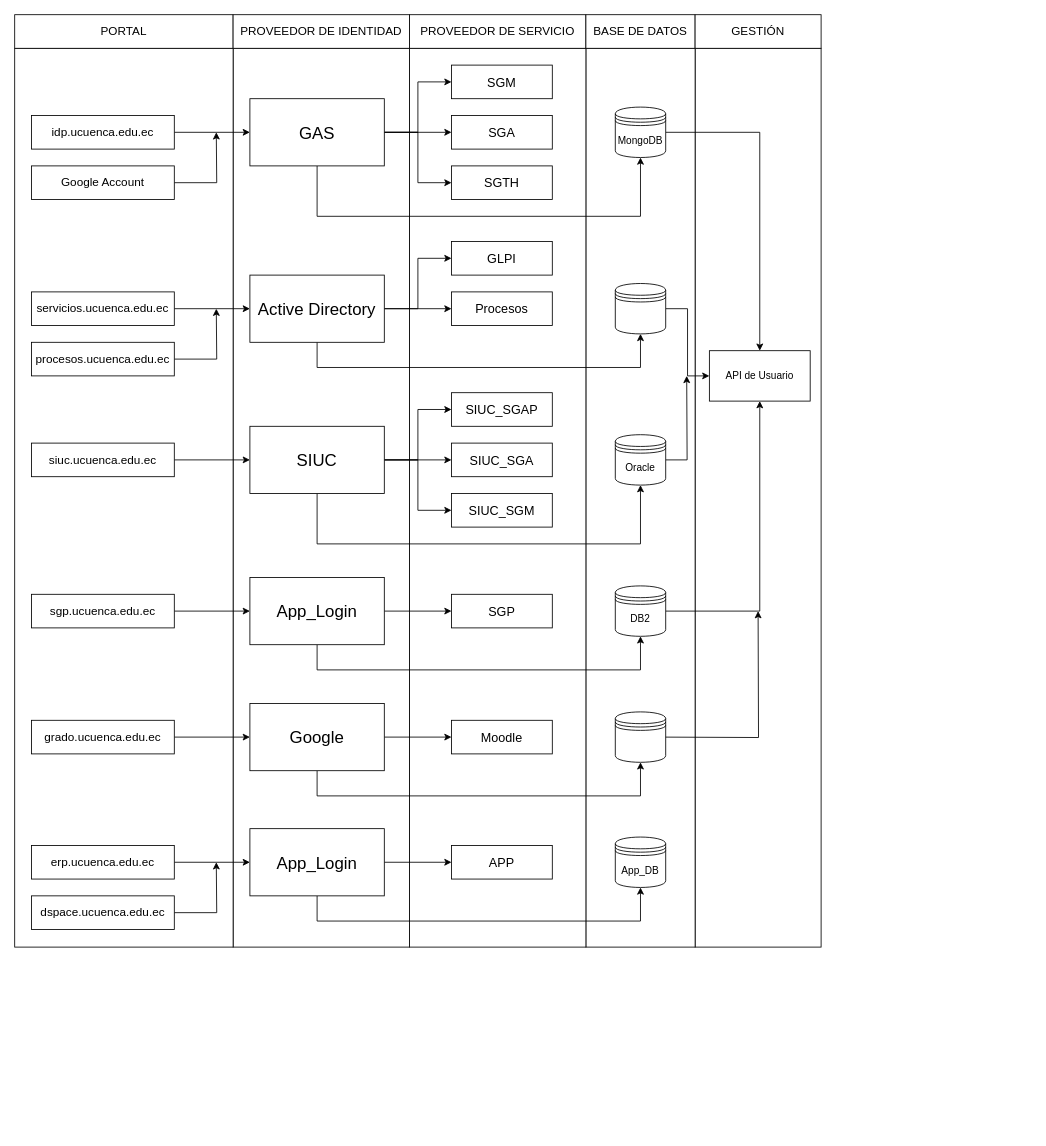
Before: Diagrama sin título.drawio in Xissco/codeWars, a draw.io diagram. Source tidied: cells renumbered, new cells numbered last; positions are measured from the earlier drawing's top-left corner, leaving out a move shared by most shapes. Both pictures are drawn from the tidied source at 84%, with x=0, y=0 at pixel (14, 14).
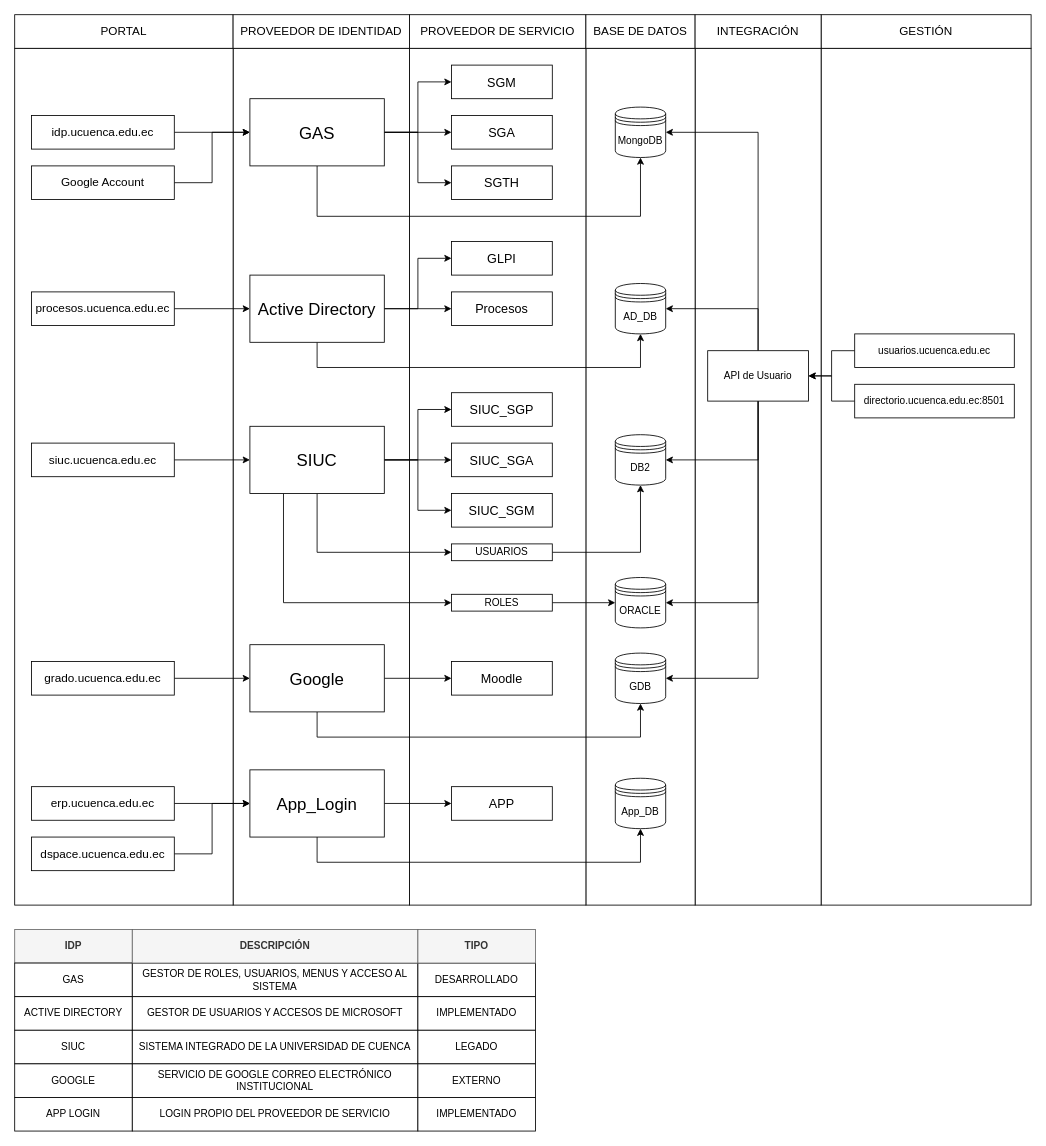
Above is the later version.

Unchanged cells that the change refers to:
```xml
<mxCell id="13" value="GAS" style="rounded=0;whiteSpace=wrap;html=1;fontSize=20;" parent="1" vertex="1">
  <mxGeometry x="280" y="100" width="160" height="80" as="geometry" />
</mxCell>
<mxCell id="15" value="MongoDB" style="shape=datastore;whiteSpace=wrap;html=1;" parent="1" vertex="1">
  <mxGeometry x="715" y="110" width="60" height="60" as="geometry" />
</mxCell>
<mxCell id="20" value="Google Account" style="rounded=0;whiteSpace=wrap;html=1;fontSize=14;" parent="1" vertex="1">
  <mxGeometry x="20" y="180" width="170" height="40" as="geometry" />
</mxCell>
<mxCell id="26" value="Active Directory" style="rounded=0;whiteSpace=wrap;html=1;fontSize=20;" parent="1" vertex="1">
  <mxGeometry x="280" y="310" width="160" height="80" as="geometry" />
</mxCell>
<mxCell id="39" value="SIUC" style="rounded=0;whiteSpace=wrap;html=1;fontSize=20;" parent="1" vertex="1">
  <mxGeometry x="280" y="490" width="160" height="80" as="geometry" />
</mxCell>
```

Diff of the diagram source:
```diff
@@
+    <mxCell id="76" style="rounded=0;whiteSpace=wrap;html=1;" parent="1" vertex="1">
+      <mxGeometry x="960" y="40" width="250" height="1020" as="geometry" />
+    </mxCell>
+    <mxCell id="77" value="GESTIÓN" style="rounded=0;whiteSpace=wrap;html=1;fontSize=14;" parent="1" vertex="1">
+      <mxGeometry x="960" width="250" height="40" as="geometry" />
+    </mxCell>
     <mxCell id="2" style="rounded=0;whiteSpace=wrap;html=1;" parent="1" vertex="1">
-      <mxGeometry x="810" y="40" width="150" height="1070" as="geometry" />
+      <mxGeometry x="810" y="40" width="150" height="1020" as="geometry" />
     </mxCell>
     <mxCell id="3" style="rounded=0;whiteSpace=wrap;html=1;" parent="1" vertex="1">
-      <mxGeometry x="680" y="40" width="130" height="1070" as="geometry" />
+      <mxGeometry x="680" y="40" width="130" height="1020" as="geometry" />
     </mxCell>
     <mxCell id="4" style="rounded=0;whiteSpace=wrap;html=1;" parent="1" vertex="1">
-      <mxGeometry x="470" y="40" width="210" height="1070" as="geometry" />
+      <mxGeometry x="470" y="40" width="210" height="1020" as="geometry" />
     </mxCell>
     <mxCell id="5" style="rounded=0;whiteSpace=wrap;html=1;" parent="1" vertex="1">
-      <mxGeometry x="260" y="40" width="210" height="1070" as="geometry" />
+      <mxGeometry x="260" y="40" width="210" height="1020" as="geometry" />
     </mxCell>
     <mxCell id="6" style="rounded=0;whiteSpace=wrap;html=1;" parent="1" vertex="1">
-      <mxGeometry y="40" width="260" height="1070" as="geometry" />
+      <mxGeometry y="40" width="260" height="1020" as="geometry" />
     </mxCell>
@@
-    <mxCell id="14" style="edgeStyle=orthogonalEdgeStyle;rounded=0;jettySize=auto;html=1;exitX=1;exitY=0.5;exitDx=0;exitDy=0;entryX=0.5;entryY=0;entryDx=0;entryDy=0;" parent="1" edge="1" source="15" target="61">
-      <mxGeometry relative="1" as="geometry" />
-    </mxCell>
@@
-    <mxCell id="19" style="edgeStyle=orthogonalEdgeStyle;rounded=0;jettySize=auto;html=1;exitX=1;exitY=0.5;exitDx=0;exitDy=0;" parent="1" edge="1" source="20">
-      <mxGeometry relative="1" as="geometry">
-        <mxPoint x="240" y="140" as="targetPoint" />
-      </mxGeometry>
-    </mxCell>
+    <mxCell id="78" style="edgeStyle=orthogonalEdgeStyle;rounded=0;jettySize=auto;html=1;exitX=1;exitY=0.5;exitDx=0;exitDy=0;entryX=0;entryY=0.5;entryDx=0;entryDy=0;" parent="1" edge="1" source="20" target="13">
+      <mxGeometry relative="1" as="geometry" />
+    </mxCell>
@@
-    <mxCell id="21" style="edgeStyle=orthogonalEdgeStyle;rounded=0;jettySize=auto;html=1;entryX=0;entryY=0.5;entryDx=0;entryDy=0;" parent="1" edge="1" source="22" target="26">
-      <mxGeometry relative="1" as="geometry" />
-    </mxCell>
-    <mxCell id="22" value="servicios.ucuenca.edu.ec" style="rounded=0;whiteSpace=wrap;html=1;fontSize=14;" parent="1" vertex="1">
-      <mxGeometry x="20" y="330" width="170" height="40" as="geometry" />
-    </mxCell>
@@
-    <mxCell id="27" style="edgeStyle=orthogonalEdgeStyle;rounded=0;jettySize=auto;html=1;exitX=1;exitY=0.5;exitDx=0;exitDy=0;entryX=0;entryY=0.5;entryDx=0;entryDy=0;" parent="1" edge="1" source="28" target="61">
-      <mxGeometry relative="1" as="geometry" />
-    </mxCell>
-    <mxCell id="28" style="shape=datastore;whiteSpace=wrap;html=1;" parent="1" vertex="1">
+    <mxCell id="28" value="AD_DB" style="shape=datastore;whiteSpace=wrap;html=1;" parent="1" vertex="1">
       <mxGeometry x="715" y="320" width="60" height="60" as="geometry" />
     </mxCell>
@@
-    <mxCell id="31" style="edgeStyle=orthogonalEdgeStyle;rounded=0;jettySize=auto;html=1;exitX=1;exitY=0.5;exitDx=0;exitDy=0;" parent="1" edge="1" source="32">
-      <mxGeometry relative="1" as="geometry">
-        <mxPoint x="240" y="350" as="targetPoint" />
-      </mxGeometry>
-    </mxCell>
+    <mxCell id="79" style="edgeStyle=orthogonalEdgeStyle;rounded=0;jettySize=auto;html=1;exitX=1;exitY=0.5;exitDx=0;exitDy=0;entryX=0;entryY=0.5;entryDx=0;entryDy=0;" parent="1" edge="1" source="32" target="26">
+      <mxGeometry relative="1" as="geometry" />
+    </mxCell>
     <mxCell id="32" value="procesos.ucuenca.edu.ec" style="rounded=0;whiteSpace=wrap;html=1;fontSize=14;" parent="1" vertex="1">
-      <mxGeometry x="20" y="390" width="170" height="40" as="geometry" />
+      <mxGeometry x="20" y="330" width="170" height="40" as="geometry" />
     </mxCell>
@@
-    <mxCell id="38" style="edgeStyle=orthogonalEdgeStyle;rounded=0;jettySize=auto;html=1;exitX=0.5;exitY=1;exitDx=0;exitDy=0;entryX=0.5;entryY=1;entryDx=0;entryDy=0;" parent="1" edge="1" source="39" target="41">
-      <mxGeometry relative="1" as="geometry">
-        <Array as="points">
-          <mxPoint x="360" y="630" />
-          <mxPoint x="745" y="630" />
-        </Array>
-      </mxGeometry>
-    </mxCell>
+    <mxCell id="80" style="edgeStyle=orthogonalEdgeStyle;rounded=0;jettySize=auto;html=1;exitX=0.5;exitY=1;exitDx=0;exitDy=0;entryX=0;entryY=0.5;entryDx=0;entryDy=0;" parent="1" edge="1" source="39" target="89">
+      <mxGeometry relative="1" as="geometry" />
+    </mxCell>
+    <mxCell id="81" style="edgeStyle=orthogonalEdgeStyle;rounded=0;jettySize=auto;html=1;exitX=0.25;exitY=1;exitDx=0;exitDy=0;entryX=0;entryY=0.5;entryDx=0;entryDy=0;" parent="1" edge="1" source="39" target="91">
+      <mxGeometry relative="1" as="geometry" />
+    </mxCell>
@@
-    <mxCell id="40" style="edgeStyle=orthogonalEdgeStyle;rounded=0;jettySize=auto;html=1;exitX=1;exitY=0.5;exitDx=0;exitDy=0;" parent="1" edge="1" source="41">
-      <mxGeometry relative="1" as="geometry">
-        <mxPoint x="800" y="430" as="targetPoint" />
-      </mxGeometry>
-    </mxCell>
-    <mxCell id="41" value="Oracle" style="shape=datastore;whiteSpace=wrap;html=1;" parent="1" vertex="1">
+    <mxCell id="41" value="DB2" style="shape=datastore;whiteSpace=wrap;html=1;" parent="1" vertex="1">
       <mxGeometry x="715" y="500" width="60" height="60" as="geometry" />
     </mxCell>
-    <mxCell id="42" value="SIUC_SGAP" style="rounded=0;whiteSpace=wrap;html=1;fontSize=15;" parent="1" vertex="1">
+    <mxCell id="42" value="SIUC_SGP" style="rounded=0;whiteSpace=wrap;html=1;fontSize=15;" parent="1" vertex="1">
       <mxGeometry x="520" y="450" width="120" height="40" as="geometry" />
     </mxCell>
@@
     <mxCell id="46" value="grado.ucuenca.edu.ec" style="rounded=0;whiteSpace=wrap;html=1;fontSize=14;" parent="1" vertex="1">
-      <mxGeometry x="20" y="840" width="170" height="40" as="geometry" />
+      <mxGeometry x="20" y="770" width="170" height="40" as="geometry" />
     </mxCell>
@@
     <mxCell id="48" style="edgeStyle=orthogonalEdgeStyle;rounded=0;jettySize=auto;html=1;exitX=0.5;exitY=1;exitDx=0;exitDy=0;entryX=0.5;entryY=1;entryDx=0;entryDy=0;" parent="1" edge="1" source="49" target="51">
       <mxGeometry relative="1" as="geometry">
         <Array as="points">
-          <mxPoint x="360" y="930" />
-          <mxPoint x="745" y="930" />
+          <mxPoint x="360" y="860" />
+          <mxPoint x="745" y="860" />
         </Array>
       </mxGeometry>
     </mxCell>
     <mxCell id="49" value="Google" style="rounded=0;whiteSpace=wrap;html=1;fontSize=20;" parent="1" vertex="1">
-      <mxGeometry x="280" y="820" width="160" height="80" as="geometry" />
+      <mxGeometry x="280" y="750" width="160" height="80" as="geometry" />
     </mxCell>
-    <mxCell id="50" style="edgeStyle=orthogonalEdgeStyle;rounded=0;orthogonalLoop=1;jettySize=auto;html=1;exitX=1;exitY=0.5;exitDx=0;exitDy=0;" parent="1" edge="1">
-      <mxGeometry relative="1" as="geometry">
-        <mxPoint x="770" y="860" as="sourcePoint" />
-        <mxPoint x="885" y="710" as="targetPoint" />
-      </mxGeometry>
-    </mxCell>
-    <mxCell id="51" style="shape=datastore;whiteSpace=wrap;html=1;" parent="1" vertex="1">
-      <mxGeometry x="715" y="830" width="60" height="60" as="geometry" />
+    <mxCell id="51" value="GDB" style="shape=datastore;whiteSpace=wrap;html=1;" parent="1" vertex="1">
+      <mxGeometry x="715" y="760" width="60" height="60" as="geometry" />
     </mxCell>
     <mxCell id="52" value="Moodle" style="rounded=0;whiteSpace=wrap;html=1;fontSize=15;" parent="1" vertex="1">
-      <mxGeometry x="520" y="840" width="120" height="40" as="geometry" />
+      <mxGeometry x="520" y="770" width="120" height="40" as="geometry" />
     </mxCell>
-    <mxCell id="53" style="edgeStyle=orthogonalEdgeStyle;rounded=0;jettySize=auto;html=1;entryX=0;entryY=0.5;entryDx=0;entryDy=0;" parent="1" edge="1" source="54" target="57">
-      <mxGeometry relative="1" as="geometry" />
-    </mxCell>
-    <mxCell id="54" value="sgp.ucuenca.edu.ec" style="rounded=0;whiteSpace=wrap;html=1;fontSize=14;" parent="1" vertex="1">
-      <mxGeometry x="20" y="690" width="170" height="40" as="geometry" />
-    </mxCell>
-    <mxCell id="55" style="edgeStyle=orthogonalEdgeStyle;rounded=0;jettySize=auto;html=1;exitX=1;exitY=0.5;exitDx=0;exitDy=0;entryX=0;entryY=0.5;entryDx=0;entryDy=0;" parent="1" edge="1" source="57" target="60">
-      <mxGeometry relative="1" as="geometry" />
-    </mxCell>
-    <mxCell id="56" style="edgeStyle=orthogonalEdgeStyle;rounded=0;jettySize=auto;html=1;exitX=0.5;exitY=1;exitDx=0;exitDy=0;entryX=0.5;entryY=1;entryDx=0;entryDy=0;" parent="1" edge="1" source="57" target="59">
-      <mxGeometry relative="1" as="geometry">
-        <Array as="points">
-          <mxPoint x="360" y="780" />
-          <mxPoint x="745" y="780" />
-        </Array>
-      </mxGeometry>
-    </mxCell>
-    <mxCell id="57" value="App_Login" style="rounded=0;whiteSpace=wrap;html=1;fontSize=20;" parent="1" vertex="1">
-      <mxGeometry x="280" y="670" width="160" height="80" as="geometry" />
-    </mxCell>
-    <mxCell id="58" style="edgeStyle=orthogonalEdgeStyle;rounded=0;jettySize=auto;html=1;exitX=1;exitY=0.5;exitDx=0;exitDy=0;entryX=0.5;entryY=1;entryDx=0;entryDy=0;" parent="1" edge="1" source="59" target="61">
-      <mxGeometry relative="1" as="geometry" />
-    </mxCell>
-    <mxCell id="59" value="DB2" style="shape=datastore;whiteSpace=wrap;html=1;" parent="1" vertex="1">
-      <mxGeometry x="715" y="680" width="60" height="60" as="geometry" />
+    <mxCell id="59" value="ORACLE" style="shape=datastore;whiteSpace=wrap;html=1;" parent="1" vertex="1">
+      <mxGeometry x="715" y="670" width="60" height="60" as="geometry" />
     </mxCell>
-    <mxCell id="60" value="SGP" style="rounded=0;whiteSpace=wrap;html=1;fontSize=15;" parent="1" vertex="1">
-      <mxGeometry x="520" y="690" width="120" height="40" as="geometry" />
-    </mxCell>
+    <mxCell id="82" style="edgeStyle=orthogonalEdgeStyle;rounded=0;jettySize=auto;html=1;exitX=0.5;exitY=1;exitDx=0;exitDy=0;entryX=1;entryY=0.5;entryDx=0;entryDy=0;" parent="1" edge="1" source="61" target="51">
+      <mxGeometry relative="1" as="geometry" />
+    </mxCell>
+    <mxCell id="83" style="edgeStyle=orthogonalEdgeStyle;rounded=0;jettySize=auto;html=1;exitX=0.5;exitY=1;exitDx=0;exitDy=0;entryX=1;entryY=0.5;entryDx=0;entryDy=0;" parent="1" edge="1" source="61" target="59">
+      <mxGeometry relative="1" as="geometry" />
+    </mxCell>
+    <mxCell id="84" style="edgeStyle=orthogonalEdgeStyle;rounded=0;jettySize=auto;html=1;exitX=0.5;exitY=1;exitDx=0;exitDy=0;entryX=1;entryY=0.5;entryDx=0;entryDy=0;" parent="1" edge="1" source="61" target="41">
+      <mxGeometry relative="1" as="geometry" />
+    </mxCell>
+    <mxCell id="85" style="edgeStyle=orthogonalEdgeStyle;rounded=0;jettySize=auto;html=1;exitX=0.5;exitY=0;exitDx=0;exitDy=0;entryX=1;entryY=0.5;entryDx=0;entryDy=0;" parent="1" edge="1" source="61" target="28">
+      <mxGeometry relative="1" as="geometry" />
+    </mxCell>
+    <mxCell id="86" style="edgeStyle=orthogonalEdgeStyle;rounded=0;jettySize=auto;html=1;exitX=0.5;exitY=0;exitDx=0;exitDy=0;entryX=1;entryY=0.5;entryDx=0;entryDy=0;" parent="1" edge="1" source="61" target="15">
+      <mxGeometry relative="1" as="geometry" />
+    </mxCell>
     <mxCell id="61" value="API de Usuario" style="rounded=0;whiteSpace=wrap;html=1;" parent="1" vertex="1">
-      <mxGeometry x="827" y="400" width="120" height="60" as="geometry" />
+      <mxGeometry x="825" y="400" width="120" height="60" as="geometry" />
     </mxCell>
@@
-    <mxCell id="66" value="GESTIÓN" style="rounded=0;whiteSpace=wrap;html=1;fontSize=14;" parent="1" vertex="1">
+    <mxCell id="66" value="INTEGRACIÓN" style="rounded=0;whiteSpace=wrap;html=1;fontSize=14;" parent="1" vertex="1">
       <mxGeometry x="810" width="150" height="40" as="geometry" />
     </mxCell>
@@
     <mxCell id="68" value="erp.ucuenca.edu.ec" style="rounded=0;whiteSpace=wrap;html=1;fontSize=14;" parent="1" vertex="1">
-      <mxGeometry x="20" y="989" width="170" height="40" as="geometry" />
+      <mxGeometry x="20" y="919" width="170" height="40" as="geometry" />
     </mxCell>
@@
     <mxCell id="70" style="edgeStyle=orthogonalEdgeStyle;rounded=0;jettySize=auto;html=1;exitX=0.5;exitY=1;exitDx=0;exitDy=0;entryX=0.5;entryY=1;entryDx=0;entryDy=0;" parent="1" edge="1" source="71" target="72">
       <mxGeometry relative="1" as="geometry">
         <Array as="points">
-          <mxPoint x="360" y="1079" />
-          <mxPoint x="745" y="1079" />
+          <mxPoint x="360" y="1009" />
+          <mxPoint x="745" y="1009" />
         </Array>
       </mxGeometry>
     </mxCell>
     <mxCell id="71" value="App_Login" style="rounded=0;whiteSpace=wrap;html=1;fontSize=20;" parent="1" vertex="1">
-      <mxGeometry x="280" y="969" width="160" height="80" as="geometry" />
+      <mxGeometry x="280" y="899" width="160" height="80" as="geometry" />
     </mxCell>
     <mxCell id="72" value="App_DB" style="shape=datastore;whiteSpace=wrap;html=1;" parent="1" vertex="1">
-      <mxGeometry x="715" y="979" width="60" height="60" as="geometry" />
+      <mxGeometry x="715" y="909" width="60" height="60" as="geometry" />
     </mxCell>
     <mxCell id="73" value="APP" style="rounded=0;whiteSpace=wrap;html=1;fontSize=15;" parent="1" vertex="1">
-      <mxGeometry x="520" y="989" width="120" height="40" as="geometry" />
+      <mxGeometry x="520" y="919" width="120" height="40" as="geometry" />
     </mxCell>
-    <mxCell id="74" style="edgeStyle=orthogonalEdgeStyle;rounded=0;jettySize=auto;html=1;exitX=1;exitY=0.5;exitDx=0;exitDy=0;" parent="1" edge="1" source="75">
-      <mxGeometry relative="1" as="geometry">
-        <mxPoint x="240" y="1009" as="targetPoint" />
-      </mxGeometry>
-    </mxCell>
+    <mxCell id="87" style="edgeStyle=orthogonalEdgeStyle;rounded=0;jettySize=auto;html=1;exitX=1;exitY=0.5;exitDx=0;exitDy=0;entryX=0;entryY=0.5;entryDx=0;entryDy=0;" parent="1" edge="1" source="75" target="71">
+      <mxGeometry relative="1" as="geometry" />
+    </mxCell>
     <mxCell id="75" value="dspace.ucuenca.edu.ec" style="rounded=0;whiteSpace=wrap;html=1;fontSize=14;" parent="1" vertex="1">
-      <mxGeometry x="20" y="1049" width="170" height="40" as="geometry" />
+      <mxGeometry x="20" y="979" width="170" height="40" as="geometry" />
     </mxCell>
+    <mxCell id="88" style="edgeStyle=orthogonalEdgeStyle;rounded=0;jettySize=auto;html=1;exitX=1;exitY=0.5;exitDx=0;exitDy=0;entryX=0.5;entryY=1;entryDx=0;entryDy=0;" parent="1" edge="1" source="89" target="41">
+      <mxGeometry relative="1" as="geometry" />
+    </mxCell>
+    <mxCell id="89" value="USUARIOS" style="rounded=0;whiteSpace=wrap;html=1;" parent="1" vertex="1">
+      <mxGeometry x="520" y="630" width="120" height="20" as="geometry" />
+    </mxCell>
+    <mxCell id="90" style="edgeStyle=orthogonalEdgeStyle;rounded=0;jettySize=auto;html=1;exitX=1;exitY=0.5;exitDx=0;exitDy=0;entryX=0;entryY=0.5;entryDx=0;entryDy=0;" parent="1" edge="1" source="91" target="59">
+      <mxGeometry relative="1" as="geometry" />
+    </mxCell>
+    <mxCell id="91" value="ROLES" style="rounded=0;whiteSpace=wrap;html=1;" parent="1" vertex="1">
+      <mxGeometry x="520" y="690" width="120" height="20" as="geometry" />
+    </mxCell>
+    <mxCell id="92" style="edgeStyle=orthogonalEdgeStyle;rounded=0;jettySize=auto;html=1;exitX=0;exitY=0.5;exitDx=0;exitDy=0;entryX=1;entryY=0.5;entryDx=0;entryDy=0;" parent="1" edge="1" source="93" target="61">
+      <mxGeometry relative="1" as="geometry" />
+    </mxCell>
+    <mxCell id="93" value="usuarios.ucuenca.edu.ec" style="rounded=0;whiteSpace=wrap;html=1;fontSize=12;" parent="1" vertex="1">
+      <mxGeometry x="1000" y="380" width="190" height="40" as="geometry" />
+    </mxCell>
+    <mxCell id="94" style="edgeStyle=orthogonalEdgeStyle;rounded=0;jettySize=auto;html=1;exitX=0;exitY=0.5;exitDx=0;exitDy=0;entryX=1;entryY=0.5;entryDx=0;entryDy=0;" parent="1" edge="1" source="95" target="61">
+      <mxGeometry relative="1" as="geometry" />
+    </mxCell>
+    <mxCell id="95" value="directorio.ucuenca.edu.ec:8501" style="rounded=0;whiteSpace=wrap;html=1;fontSize=12;" parent="1" vertex="1">
+      <mxGeometry x="1000" y="440" width="190" height="40" as="geometry" />
+    </mxCell>
+    <mxCell id="96" value="IDP" style="rounded=0;whiteSpace=wrap;html=1;fillColor=#f5f5f5;strokeColor=#666666;fontColor=#333333;fontStyle=1;" parent="1" vertex="1">
+      <mxGeometry y="1089" width="140" height="40" as="geometry" />
+    </mxCell>
+    <mxCell id="97" value="GAS" style="rounded=0;whiteSpace=wrap;html=1;" parent="1" vertex="1">
+      <mxGeometry y="1129" width="140" height="40" as="geometry" />
+    </mxCell>
+    <mxCell id="98" value="ACTIVE DIRECTORY" style="rounded=0;whiteSpace=wrap;html=1;" parent="1" vertex="1">
+      <mxGeometry y="1169" width="140" height="40" as="geometry" />
+    </mxCell>
+    <mxCell id="99" value="SIUC" style="rounded=0;whiteSpace=wrap;html=1;" parent="1" vertex="1">
+      <mxGeometry y="1209" width="140" height="40" as="geometry" />
+    </mxCell>
+    <mxCell id="100" value="GOOGLE" style="rounded=0;whiteSpace=wrap;html=1;" parent="1" vertex="1">
+      <mxGeometry y="1249" width="140" height="40" as="geometry" />
+    </mxCell>
+    <mxCell id="101" value="APP LOGIN" style="rounded=0;whiteSpace=wrap;html=1;" parent="1" vertex="1">
+      <mxGeometry y="1289" width="140" height="40" as="geometry" />
+    </mxCell>
+    <mxCell id="102" value="GESTOR DE ROLES, USUARIOS, MENUS Y ACCESO AL SISTEMA" style="rounded=0;whiteSpace=wrap;html=1;" parent="1" vertex="1">
+      <mxGeometry x="140" y="1129" width="340" height="40" as="geometry" />
+    </mxCell>
+    <mxCell id="103" value="DESARROLLADO" style="rounded=0;whiteSpace=wrap;html=1;" parent="1" vertex="1">
+      <mxGeometry x="480" y="1129" width="140" height="40" as="geometry" />
+    </mxCell>
+    <mxCell id="104" value="GESTOR DE USUARIOS Y ACCESOS DE MICROSOFT" style="rounded=0;whiteSpace=wrap;html=1;" parent="1" vertex="1">
+      <mxGeometry x="140" y="1169" width="340" height="40" as="geometry" />
+    </mxCell>
+    <mxCell id="105" value="IMPLEMENTADO" style="rounded=0;whiteSpace=wrap;html=1;" parent="1" vertex="1">
+      <mxGeometry x="480" y="1169" width="140" height="40" as="geometry" />
+    </mxCell>
+    <mxCell id="106" value="SISTEMA INTEGRADO DE LA UNIVERSIDAD DE CUENCA" style="rounded=0;whiteSpace=wrap;html=1;" parent="1" vertex="1">
+      <mxGeometry x="140" y="1209" width="340" height="40" as="geometry" />
+    </mxCell>
+    <mxCell id="107" value="LEGADO" style="rounded=0;whiteSpace=wrap;html=1;" parent="1" vertex="1">
+      <mxGeometry x="480" y="1209" width="140" height="40" as="geometry" />
+    </mxCell>
+    <mxCell id="108" value="SERVICIO DE GOOGLE CORREO ELECTRÓNICO INSTITUCIONAL" style="rounded=0;whiteSpace=wrap;html=1;" parent="1" vertex="1">
+      <mxGeometry x="140" y="1249" width="340" height="40" as="geometry" />
+    </mxCell>
+    <mxCell id="109" value="EXTERNO" style="rounded=0;whiteSpace=wrap;html=1;" parent="1" vertex="1">
+      <mxGeometry x="480" y="1249" width="140" height="40" as="geometry" />
+    </mxCell>
+    <mxCell id="110" value="LOGIN PROPIO DEL PROVEEDOR DE SERVICIO" style="rounded=0;whiteSpace=wrap;html=1;" parent="1" vertex="1">
+      <mxGeometry x="140" y="1289" width="340" height="40" as="geometry" />
+    </mxCell>
+    <mxCell id="111" value="IMPLEMENTADO" style="rounded=0;whiteSpace=wrap;html=1;" parent="1" vertex="1">
+      <mxGeometry x="480" y="1289" width="140" height="40" as="geometry" />
+    </mxCell>
+    <mxCell id="112" value="DESCRIPCIÓN" style="rounded=0;whiteSpace=wrap;html=1;fillColor=#f5f5f5;fontColor=#333333;strokeColor=#666666;fontStyle=1;" parent="1" vertex="1">
+      <mxGeometry x="140" y="1089" width="340" height="40" as="geometry" />
+    </mxCell>
+    <mxCell id="113" value="TIPO" style="rounded=0;whiteSpace=wrap;html=1;fillColor=#f5f5f5;fontColor=#333333;strokeColor=#666666;fontStyle=1;" parent="1" vertex="1">
+      <mxGeometry x="480" y="1089" width="140" height="40" as="geometry" />
+    </mxCell>
```
